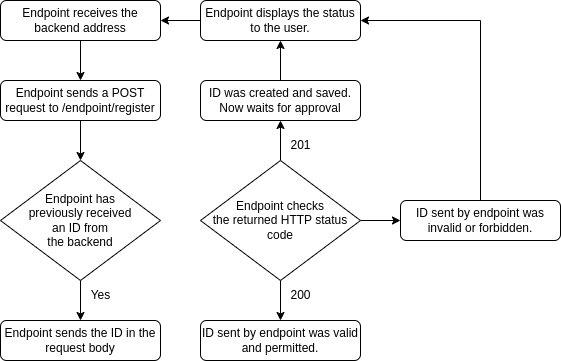
roopereku/nfc-attendance keeps this draw.io diagram as docs/endpoint-backend-communication.png. Above is the earlier version. Source tidied: cells renumbered, new cells last; positions are measured from the earlier drawing's top-left corner, leaving out a move shared by most shapes. The source it was exported from:
```xml
<mxGraphModel>
  <root>
    <mxCell id="0" />
    <mxCell id="1" parent="0" />
    <mxCell id="2" style="edgeStyle=orthogonalEdgeStyle;rounded=0;jettySize=auto;html=1;exitX=0.5;exitY=1;exitDx=0;exitDy=0;entryX=0.5;entryY=0;entryDx=0;entryDy=0;" parent="1" edge="1" source="3" target="8">
      <mxGeometry relative="1" as="geometry" />
    </mxCell>
    <mxCell id="3" value="Endpoint receives the backend address" style="rounded=1;whiteSpace=wrap;html=1;" parent="1" vertex="1">
      <mxGeometry width="160" height="40" as="geometry" />
    </mxCell>
    <mxCell id="4" style="edgeStyle=orthogonalEdgeStyle;rounded=0;jettySize=auto;html=1;exitX=0.5;exitY=1;exitDx=0;exitDy=0;entryX=0.5;entryY=0;entryDx=0;entryDy=0;" parent="1" edge="1" source="5" target="6">
      <mxGeometry relative="1" as="geometry" />
    </mxCell>
    <mxCell id="5" value="Endpoint has&lt;br&gt;previously received&lt;br&gt;an ID from&lt;br&gt;the backend" style="rhombus;whiteSpace=wrap;html=1;" parent="1" vertex="1">
      <mxGeometry y="160" width="160" height="120" as="geometry" />
    </mxCell>
    <mxCell id="6" value="Endpoint sends the ID in the request body" style="rounded=1;whiteSpace=wrap;html=1;" parent="1" vertex="1">
      <mxGeometry y="320" width="160" height="40" as="geometry" />
    </mxCell>
    <mxCell id="7" style="edgeStyle=orthogonalEdgeStyle;rounded=0;jettySize=auto;html=1;exitX=0.5;exitY=1;exitDx=0;exitDy=0;entryX=0.5;entryY=0;entryDx=0;entryDy=0;" parent="1" edge="1" source="8" target="5">
      <mxGeometry relative="1" as="geometry" />
    </mxCell>
    <mxCell id="8" value="Endpoint sends a POST request to /endpoint/register" style="rounded=1;whiteSpace=wrap;html=1;" parent="1" vertex="1">
      <mxGeometry y="80" width="160" height="40" as="geometry" />
    </mxCell>
    <mxCell id="9" value="Yes" style="text;html=1;align=center;verticalAlign=middle;strokeColor=none;fillColor=none;" parent="1" vertex="1">
      <mxGeometry x="80" y="280" width="40" height="30" as="geometry" />
    </mxCell>
    <mxCell id="10" style="edgeStyle=orthogonalEdgeStyle;rounded=0;jettySize=auto;html=1;exitX=0.5;exitY=0;exitDx=0;exitDy=0;entryX=0.5;entryY=1;entryDx=0;entryDy=0;" parent="1" edge="1" source="13" target="15">
      <mxGeometry relative="1" as="geometry" />
    </mxCell>
    <mxCell id="11" style="edgeStyle=orthogonalEdgeStyle;rounded=0;jettySize=auto;html=1;exitX=0.5;exitY=1;exitDx=0;exitDy=0;entryX=0.5;entryY=0;entryDx=0;entryDy=0;" parent="1" edge="1" source="13" target="21">
      <mxGeometry relative="1" as="geometry" />
    </mxCell>
    <mxCell id="12" style="edgeStyle=orthogonalEdgeStyle;rounded=0;jettySize=auto;html=1;exitX=1;exitY=0.5;exitDx=0;exitDy=0;entryX=0;entryY=0.5;entryDx=0;entryDy=0;" parent="1" edge="1" source="13" target="20">
      <mxGeometry relative="1" as="geometry" />
    </mxCell>
    <mxCell id="13" value="Endpoint checks&lt;br&gt;the returned HTTP status code" style="rhombus;whiteSpace=wrap;html=1;" parent="1" vertex="1">
      <mxGeometry x="200" y="160" width="160" height="120" as="geometry" />
    </mxCell>
    <mxCell id="14" style="edgeStyle=orthogonalEdgeStyle;rounded=0;jettySize=auto;html=1;exitX=0.5;exitY=0;exitDx=0;exitDy=0;entryX=0.5;entryY=1;entryDx=0;entryDy=0;" parent="1" edge="1" source="15" target="18">
      <mxGeometry relative="1" as="geometry" />
    </mxCell>
    <mxCell id="15" value="ID was created and saved. Now waits for approval" style="rounded=1;whiteSpace=wrap;html=1;" parent="1" vertex="1">
      <mxGeometry x="200" y="80" width="160" height="40" as="geometry" />
    </mxCell>
    <mxCell id="16" value="201" style="text;html=1;align=center;verticalAlign=middle;strokeColor=none;fillColor=none;" parent="1" vertex="1">
      <mxGeometry x="280" y="130" width="40" height="30" as="geometry" />
    </mxCell>
    <mxCell id="17" style="edgeStyle=orthogonalEdgeStyle;rounded=0;jettySize=auto;html=1;exitX=0;exitY=0.5;exitDx=0;exitDy=0;entryX=1;entryY=0.5;entryDx=0;entryDy=0;" parent="1" edge="1" source="18" target="3">
      <mxGeometry relative="1" as="geometry" />
    </mxCell>
    <mxCell id="18" value="Endpoint displays the status to the user." style="rounded=1;whiteSpace=wrap;html=1;" parent="1" vertex="1">
      <mxGeometry x="200" width="160" height="40" as="geometry" />
    </mxCell>
    <mxCell id="19" style="edgeStyle=orthogonalEdgeStyle;rounded=0;jettySize=auto;html=1;exitX=0.5;exitY=0;exitDx=0;exitDy=0;entryX=1;entryY=0.5;entryDx=0;entryDy=0;" parent="1" edge="1" source="20" target="18">
      <mxGeometry relative="1" as="geometry" />
    </mxCell>
    <mxCell id="20" value="ID sent by endpoint was invalid or forbidden." style="rounded=1;whiteSpace=wrap;html=1;" parent="1" vertex="1">
      <mxGeometry x="400" y="200" width="160" height="40" as="geometry" />
    </mxCell>
    <mxCell id="21" value="ID sent by endpoint was valid and permitted." style="rounded=1;whiteSpace=wrap;html=1;" parent="1" vertex="1">
      <mxGeometry x="200" y="320" width="160" height="40" as="geometry" />
    </mxCell>
    <mxCell id="22" value="200" style="text;html=1;align=center;verticalAlign=middle;strokeColor=none;fillColor=none;" parent="1" vertex="1">
      <mxGeometry x="280" y="280" width="40" height="30" as="geometry" />
    </mxCell>
  </root>
</mxGraphModel>
```
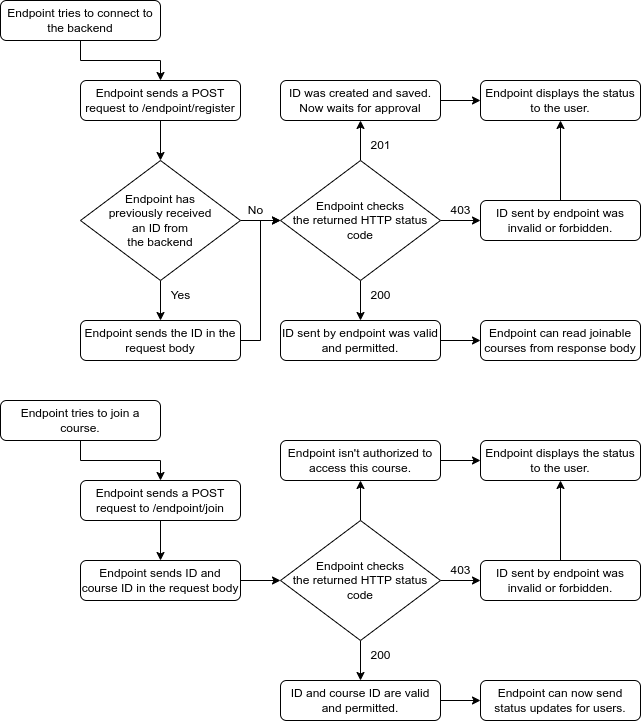
Later version of the same file.

Commit message:
Add /endpoint/join to communication docs

Diff of the diagram source:
```diff
@@ -5,15 +5,21 @@
     <mxCell id="2" style="edgeStyle=orthogonalEdgeStyle;rounded=0;jettySize=auto;html=1;exitX=0.5;exitY=1;exitDx=0;exitDy=0;entryX=0.5;entryY=0;entryDx=0;entryDy=0;" parent="1" edge="1" source="3" target="8">
       <mxGeometry relative="1" as="geometry" />
     </mxCell>
-    <mxCell id="3" value="Endpoint receives the backend address" style="rounded=1;whiteSpace=wrap;html=1;" parent="1" vertex="1">
-      <mxGeometry width="160" height="40" as="geometry" />
+    <mxCell id="3" value="Endpoint tries to connect to the backend" style="rounded=1;whiteSpace=wrap;html=1;" parent="1" vertex="1">
+      <mxGeometry x="-80" width="160" height="40" as="geometry" />
     </mxCell>
     <mxCell id="4" style="edgeStyle=orthogonalEdgeStyle;rounded=0;jettySize=auto;html=1;exitX=0.5;exitY=1;exitDx=0;exitDy=0;entryX=0.5;entryY=0;entryDx=0;entryDy=0;" parent="1" edge="1" source="5" target="6">
       <mxGeometry relative="1" as="geometry" />
     </mxCell>
+    <mxCell id="23" style="edgeStyle=orthogonalEdgeStyle;rounded=0;jettySize=auto;html=1;exitX=1;exitY=0.5;exitDx=0;exitDy=0;entryX=0;entryY=0.5;entryDx=0;entryDy=0;" parent="1" edge="1" source="5" target="13">
+      <mxGeometry relative="1" as="geometry" />
+    </mxCell>
     <mxCell id="5" value="Endpoint has&lt;br&gt;previously received&lt;br&gt;an ID from&lt;br&gt;the backend" style="rhombus;whiteSpace=wrap;html=1;" parent="1" vertex="1">
       <mxGeometry y="160" width="160" height="120" as="geometry" />
     </mxCell>
+    <mxCell id="24" style="edgeStyle=orthogonalEdgeStyle;rounded=0;jettySize=auto;html=1;exitX=1;exitY=0.5;exitDx=0;exitDy=0;entryX=0;entryY=0.5;entryDx=0;entryDy=0;" parent="1" edge="1" source="6" target="13">
+      <mxGeometry relative="1" as="geometry" />
+    </mxCell>
     <mxCell id="6" value="Endpoint sends the ID in the request body" style="rounded=1;whiteSpace=wrap;html=1;" parent="1" vertex="1">
       <mxGeometry y="320" width="160" height="40" as="geometry" />
     </mxCell>
@@ -38,7 +44,7 @@
     <mxCell id="13" value="Endpoint checks&lt;br&gt;the returned HTTP status code" style="rhombus;whiteSpace=wrap;html=1;" parent="1" vertex="1">
       <mxGeometry x="200" y="160" width="160" height="120" as="geometry" />
     </mxCell>
-    <mxCell id="14" style="edgeStyle=orthogonalEdgeStyle;rounded=0;jettySize=auto;html=1;exitX=0.5;exitY=0;exitDx=0;exitDy=0;entryX=0.5;entryY=1;entryDx=0;entryDy=0;" parent="1" edge="1" source="15" target="18">
+    <mxCell id="14" style="edgeStyle=orthogonalEdgeStyle;rounded=0;jettySize=auto;html=1;exitX=1;exitY=0.5;exitDx=0;exitDy=0;entryX=0;entryY=0.5;entryDx=0;entryDy=0;" parent="1" edge="1" source="15" target="18">
       <mxGeometry relative="1" as="geometry" />
     </mxCell>
     <mxCell id="15" value="ID was created and saved. Now waits for approval" style="rounded=1;whiteSpace=wrap;html=1;" parent="1" vertex="1">
@@ -47,23 +53,92 @@
     <mxCell id="16" value="201" style="text;html=1;align=center;verticalAlign=middle;strokeColor=none;fillColor=none;" parent="1" vertex="1">
       <mxGeometry x="280" y="130" width="40" height="30" as="geometry" />
     </mxCell>
-    <mxCell id="17" style="edgeStyle=orthogonalEdgeStyle;rounded=0;jettySize=auto;html=1;exitX=0;exitY=0.5;exitDx=0;exitDy=0;entryX=1;entryY=0.5;entryDx=0;entryDy=0;" parent="1" edge="1" source="18" target="3">
-      <mxGeometry relative="1" as="geometry" />
-    </mxCell>
     <mxCell id="18" value="Endpoint displays the status to the user." style="rounded=1;whiteSpace=wrap;html=1;" parent="1" vertex="1">
-      <mxGeometry x="200" width="160" height="40" as="geometry" />
+      <mxGeometry x="400" y="80" width="160" height="40" as="geometry" />
     </mxCell>
-    <mxCell id="19" style="edgeStyle=orthogonalEdgeStyle;rounded=0;jettySize=auto;html=1;exitX=0.5;exitY=0;exitDx=0;exitDy=0;entryX=1;entryY=0.5;entryDx=0;entryDy=0;" parent="1" edge="1" source="20" target="18">
+    <mxCell id="19" style="edgeStyle=orthogonalEdgeStyle;rounded=0;jettySize=auto;html=1;exitX=0.5;exitY=0;exitDx=0;exitDy=0;entryX=0.5;entryY=1;entryDx=0;entryDy=0;" parent="1" edge="1" source="20" target="18">
       <mxGeometry relative="1" as="geometry" />
     </mxCell>
     <mxCell id="20" value="ID sent by endpoint was invalid or forbidden." style="rounded=1;whiteSpace=wrap;html=1;" parent="1" vertex="1">
       <mxGeometry x="400" y="200" width="160" height="40" as="geometry" />
     </mxCell>
+    <mxCell id="25" style="edgeStyle=orthogonalEdgeStyle;rounded=0;jettySize=auto;html=1;exitX=1;exitY=0.5;exitDx=0;exitDy=0;entryX=0;entryY=0.5;entryDx=0;entryDy=0;" parent="1" edge="1" source="21" target="26">
+      <mxGeometry relative="1" as="geometry" />
+    </mxCell>
     <mxCell id="21" value="ID sent by endpoint was valid and permitted." style="rounded=1;whiteSpace=wrap;html=1;" parent="1" vertex="1">
       <mxGeometry x="200" y="320" width="160" height="40" as="geometry" />
     </mxCell>
     <mxCell id="22" value="200" style="text;html=1;align=center;verticalAlign=middle;strokeColor=none;fillColor=none;" parent="1" vertex="1">
       <mxGeometry x="280" y="280" width="40" height="30" as="geometry" />
     </mxCell>
+    <mxCell id="26" value="Endpoint can read joinable courses from response body" style="rounded=1;whiteSpace=wrap;html=1;" parent="1" vertex="1">
+      <mxGeometry x="400" y="320" width="160" height="40" as="geometry" />
+    </mxCell>
+    <mxCell id="27" value="403" style="text;html=1;align=center;verticalAlign=middle;strokeColor=none;fillColor=none;" parent="1" vertex="1">
+      <mxGeometry x="360" y="200" width="40" height="20" as="geometry" />
+    </mxCell>
+    <mxCell id="28" value="No" style="text;html=1;align=center;verticalAlign=middle;strokeColor=none;fillColor=none;" parent="1" vertex="1">
+      <mxGeometry x="160" y="200" width="30" height="20" as="geometry" />
+    </mxCell>
+    <mxCell id="29" style="edgeStyle=orthogonalEdgeStyle;rounded=0;jettySize=auto;html=1;exitX=0.5;exitY=1;exitDx=0;exitDy=0;entryX=0.5;entryY=0;entryDx=0;entryDy=0;" parent="1" edge="1" source="30" target="32">
+      <mxGeometry relative="1" as="geometry" />
+    </mxCell>
+    <mxCell id="30" value="Endpoint tries to join a course." style="rounded=1;whiteSpace=wrap;html=1;" parent="1" vertex="1">
+      <mxGeometry x="-80" y="400" width="160" height="40" as="geometry" />
+    </mxCell>
+    <mxCell id="31" style="edgeStyle=orthogonalEdgeStyle;rounded=0;jettySize=auto;html=1;exitX=0.5;exitY=1;exitDx=0;exitDy=0;entryX=0.5;entryY=0;entryDx=0;entryDy=0;" parent="1" edge="1" source="32" target="34">
+      <mxGeometry relative="1" as="geometry" />
+    </mxCell>
+    <mxCell id="32" value="Endpoint sends a POST request to /endpoint/join" style="rounded=1;whiteSpace=wrap;html=1;" parent="1" vertex="1">
+      <mxGeometry y="480" width="160" height="40" as="geometry" />
+    </mxCell>
+    <mxCell id="33" style="edgeStyle=orthogonalEdgeStyle;rounded=0;jettySize=auto;html=1;exitX=1;exitY=0.5;exitDx=0;exitDy=0;entryX=0;entryY=0.5;entryDx=0;entryDy=0;" parent="1" edge="1" source="34" target="38">
+      <mxGeometry relative="1" as="geometry" />
+    </mxCell>
+    <mxCell id="34" value="Endpoint sends ID and course ID in the request body" style="rounded=1;whiteSpace=wrap;html=1;" parent="1" vertex="1">
+      <mxGeometry y="560" width="160" height="40" as="geometry" />
+    </mxCell>
+    <mxCell id="35" style="edgeStyle=orthogonalEdgeStyle;rounded=0;jettySize=auto;html=1;exitX=1;exitY=0.5;exitDx=0;exitDy=0;entryX=0;entryY=0.5;entryDx=0;entryDy=0;" parent="1" edge="1" source="38" target="40">
+      <mxGeometry relative="1" as="geometry" />
+    </mxCell>
+    <mxCell id="36" style="edgeStyle=orthogonalEdgeStyle;rounded=0;jettySize=auto;html=1;exitX=0.5;exitY=1;exitDx=0;exitDy=0;entryX=0.5;entryY=0;entryDx=0;entryDy=0;" parent="1" edge="1" source="38" target="45">
+      <mxGeometry relative="1" as="geometry" />
+    </mxCell>
+    <mxCell id="37" style="edgeStyle=orthogonalEdgeStyle;rounded=0;jettySize=auto;html=1;exitX=0.5;exitY=0;exitDx=0;exitDy=0;entryX=0.5;entryY=1;entryDx=0;entryDy=0;" parent="1" edge="1" source="38" target="47">
+      <mxGeometry relative="1" as="geometry" />
+    </mxCell>
+    <mxCell id="38" value="Endpoint checks&lt;br&gt;the returned HTTP status code" style="rhombus;whiteSpace=wrap;html=1;" parent="1" vertex="1">
+      <mxGeometry x="200" y="520" width="160" height="120" as="geometry" />
+    </mxCell>
+    <mxCell id="39" style="edgeStyle=orthogonalEdgeStyle;rounded=0;jettySize=auto;html=1;exitX=0.5;exitY=0;exitDx=0;exitDy=0;entryX=0.5;entryY=1;entryDx=0;entryDy=0;" parent="1" edge="1" source="40" target="42">
+      <mxGeometry relative="1" as="geometry" />
+    </mxCell>
+    <mxCell id="40" value="ID sent by endpoint was invalid or forbidden." style="rounded=1;whiteSpace=wrap;html=1;" parent="1" vertex="1">
+      <mxGeometry x="400" y="560" width="160" height="40" as="geometry" />
+    </mxCell>
+    <mxCell id="41" value="403" style="text;html=1;align=center;verticalAlign=middle;strokeColor=none;fillColor=none;" parent="1" vertex="1">
+      <mxGeometry x="360" y="560" width="40" height="20" as="geometry" />
+    </mxCell>
+    <mxCell id="42" value="Endpoint displays the status to the user." style="rounded=1;whiteSpace=wrap;html=1;" parent="1" vertex="1">
+      <mxGeometry x="400" y="440" width="160" height="40" as="geometry" />
+    </mxCell>
+    <mxCell id="43" value="200" style="text;html=1;align=center;verticalAlign=middle;strokeColor=none;fillColor=none;" parent="1" vertex="1">
+      <mxGeometry x="280" y="640" width="40" height="30" as="geometry" />
+    </mxCell>
+    <mxCell id="44" style="edgeStyle=orthogonalEdgeStyle;rounded=0;jettySize=auto;html=1;exitX=1;exitY=0.5;exitDx=0;exitDy=0;entryX=0;entryY=0.5;entryDx=0;entryDy=0;" parent="1" edge="1" source="45" target="48">
+      <mxGeometry relative="1" as="geometry" />
+    </mxCell>
+    <mxCell id="45" value="ID and course ID are valid and permitted." style="rounded=1;whiteSpace=wrap;html=1;" parent="1" vertex="1">
+      <mxGeometry x="200" y="680" width="160" height="40" as="geometry" />
+    </mxCell>
+    <mxCell id="46" style="edgeStyle=orthogonalEdgeStyle;rounded=0;jettySize=auto;html=1;exitX=1;exitY=0.5;exitDx=0;exitDy=0;entryX=0;entryY=0.5;entryDx=0;entryDy=0;" parent="1" edge="1" source="47" target="42">
+      <mxGeometry relative="1" as="geometry" />
+    </mxCell>
+    <mxCell id="47" value="Endpoint isn't authorized to access this course." style="rounded=1;whiteSpace=wrap;html=1;" parent="1" vertex="1">
+      <mxGeometry x="200" y="440" width="160" height="40" as="geometry" />
+    </mxCell>
+    <mxCell id="48" value="Endpoint can now send status updates for users." style="rounded=1;whiteSpace=wrap;html=1;" parent="1" vertex="1">
+      <mxGeometry x="400" y="680" width="160" height="40" as="geometry" />
+    </mxCell>
   </root>
 </mxGraphModel>
```
